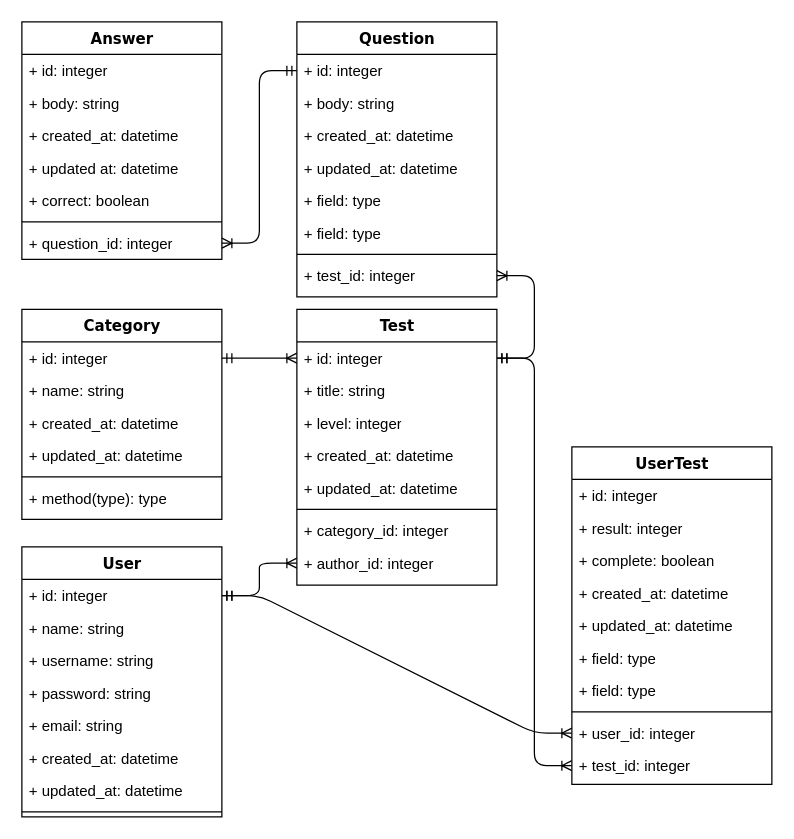
Above: ER_Diagram.drawio in vtpros/TestGuru (draw.io), before the change. Source tidied: cells renumbered, new cells numbered last; positions are measured from the earlier drawing's top-left corner, leaving out a move shared by most shapes. Both pictures are drawn from the tidied source at 125%, with x=0, y=0 at pixel (21, 21).
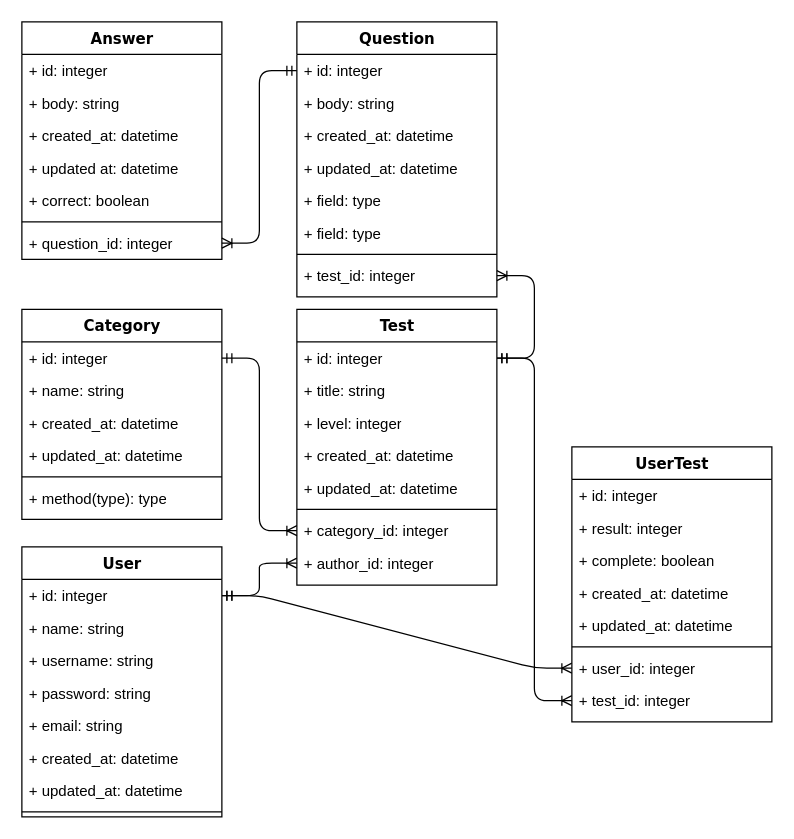
Above is the later version.

The change refers to these unchanged cells:
```xml
<mxCell id="26" value="+ id: integer" style="text;html=1;strokeColor=none;fillColor=none;align=left;verticalAlign=top;spacingLeft=4;spacingRight=4;whiteSpace=wrap;overflow=hidden;points=[[0,0.5],[1,0.5]];portConstraint=eastwest;" parent="25" vertex="1">
  <mxGeometry y="26" width="160" height="26" as="geometry" />
</mxCell>
<mxCell id="42" value="+ id: integer" style="text;html=1;strokeColor=none;fillColor=none;align=left;verticalAlign=top;spacingLeft=4;spacingRight=4;whiteSpace=wrap;overflow=hidden;points=[[0,0.5],[1,0.5]];portConstraint=eastwest;" parent="41" vertex="1">
  <mxGeometry y="26" width="160" height="26" as="geometry" />
</mxCell>
<mxCell id="48" value="+ category_id: integer" style="text;html=1;strokeColor=none;fillColor=none;align=left;verticalAlign=top;spacingLeft=4;spacingRight=4;whiteSpace=wrap;overflow=hidden;points=[[0,0.5],[1,0.5]];portConstraint=eastwest;" parent="41" vertex="1">
  <mxGeometry y="164" width="160" height="26" as="geometry" />
</mxCell>
```

Diff of the diagram source:
```diff
@@
-    <mxCell id="24" style="edgeStyle=entityRelationEdgeStyle;fontSize=12;html=1;endArrow=ERoneToMany;startArrow=ERmandOne;" parent="1" edge="1" source="26" target="42">
-      <mxGeometry relative="1" as="geometry" />
-    </mxCell>
@@
     <mxCell id="50" value="UserTest" style="swimlane;html=1;fontStyle=1;align=center;verticalAlign=top;horizontal=1;startSize=26;swimlaneFillColor=#ffffff;rounded=0;shadow=0;comic=0;labelBackgroundColor=none;strokeWidth=1;fillColor=none;fontFamily=Verdana;fontSize=12;" parent="1" vertex="1">
-      <mxGeometry x="440" y="340" width="160" height="270" as="geometry" />
+      <mxGeometry x="440" y="340" width="160" height="220" as="geometry" />
     </mxCell>
@@
-    <mxCell id="56" value="+ field: type" style="text;html=1;strokeColor=none;fillColor=none;align=left;verticalAlign=top;spacingLeft=4;spacingRight=4;whiteSpace=wrap;overflow=hidden;" parent="50" vertex="1">
-      <mxGeometry y="156" width="160" height="26" as="geometry" />
-    </mxCell>
-    <mxCell id="57" value="+ field: type" style="text;html=1;strokeColor=none;fillColor=none;align=left;verticalAlign=top;spacingLeft=4;spacingRight=4;whiteSpace=wrap;overflow=hidden;" parent="50" vertex="1">
-      <mxGeometry y="182" width="160" height="26" as="geometry" />
-    </mxCell>
     <mxCell id="58" style="line;html=1;strokeWidth=1;fillColor=none;align=left;verticalAlign=middle;spacingTop=-1;spacingLeft=3;spacingRight=3;labelPosition=right;" parent="50" vertex="1">
-      <mxGeometry y="208" width="160" height="8" as="geometry" />
+      <mxGeometry y="156" width="160" height="8" as="geometry" />
     </mxCell>
     <mxCell id="59" value="+ user_id: integer" style="text;html=1;strokeColor=none;fillColor=none;align=left;verticalAlign=top;spacingLeft=4;spacingRight=4;whiteSpace=wrap;overflow=hidden;points=[[0,0.5],[1,0.5]];portConstraint=eastwest;" parent="50" vertex="1">
-      <mxGeometry y="216" width="160" height="26" as="geometry" />
+      <mxGeometry y="164" width="160" height="26" as="geometry" />
     </mxCell>
     <mxCell id="60" value="+ test_id: integer" style="text;html=1;strokeColor=none;fillColor=none;align=left;verticalAlign=top;spacingLeft=4;spacingRight=4;whiteSpace=wrap;overflow=hidden;points=[[0,0.5],[1,0.5]];portConstraint=eastwest;" parent="50" vertex="1">
-      <mxGeometry y="242" width="160" height="26" as="geometry" />
+      <mxGeometry y="190" width="160" height="26" as="geometry" />
     </mxCell>
+    <mxCell id="61" style="edgeStyle=entityRelationEdgeStyle;fontSize=12;html=1;endArrow=ERoneToMany;startArrow=ERmandOne;exitX=1;exitY=0.5;exitDx=0;exitDy=0;" parent="1" edge="1" source="26" target="48">
+      <mxGeometry relative="1" as="geometry" />
+    </mxCell>
```
